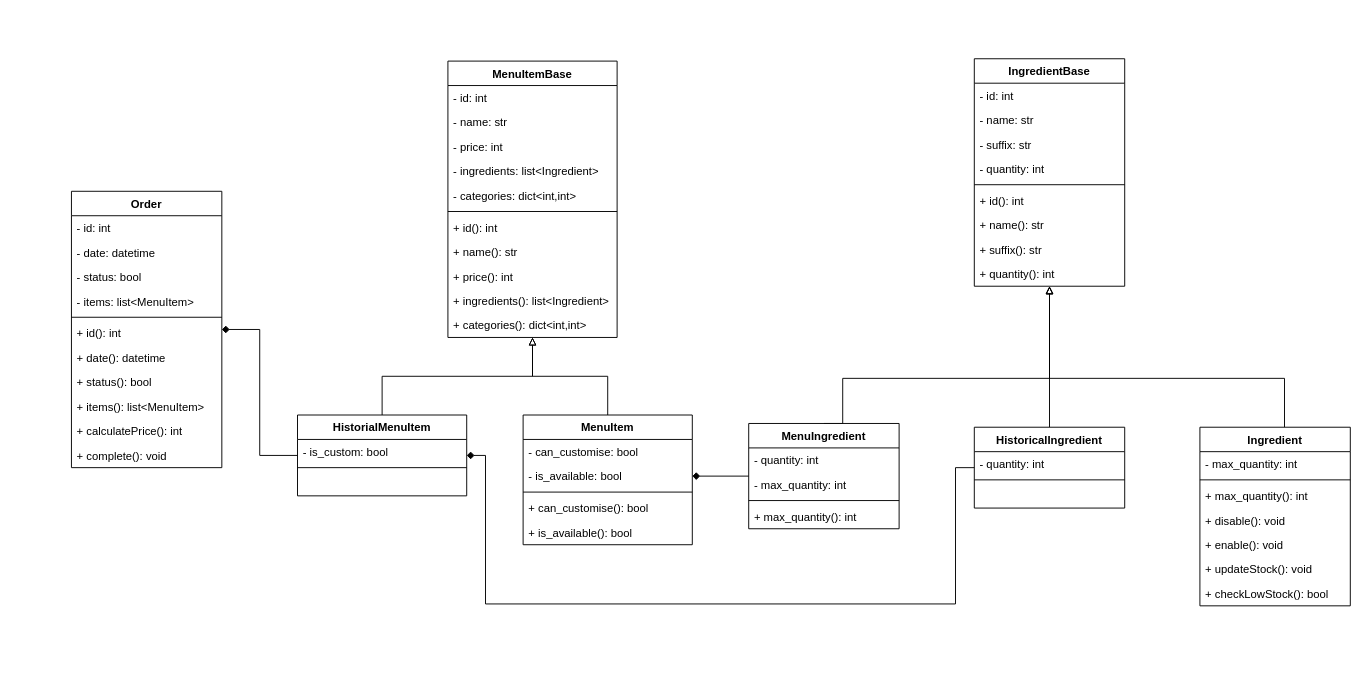
The draw.io diagram docs/class diagram.drawio in featherbear/UNSW-COMP1531-Assignment, before the edit. Source tidied: cells renumbered, new cells numbered last; positions are measured from the earlier drawing's top-left corner, leaving out a move shared by most shapes. Both pictures are drawn from the tidied source at 94%, with x=0, y=0 at pixel (71, 58).
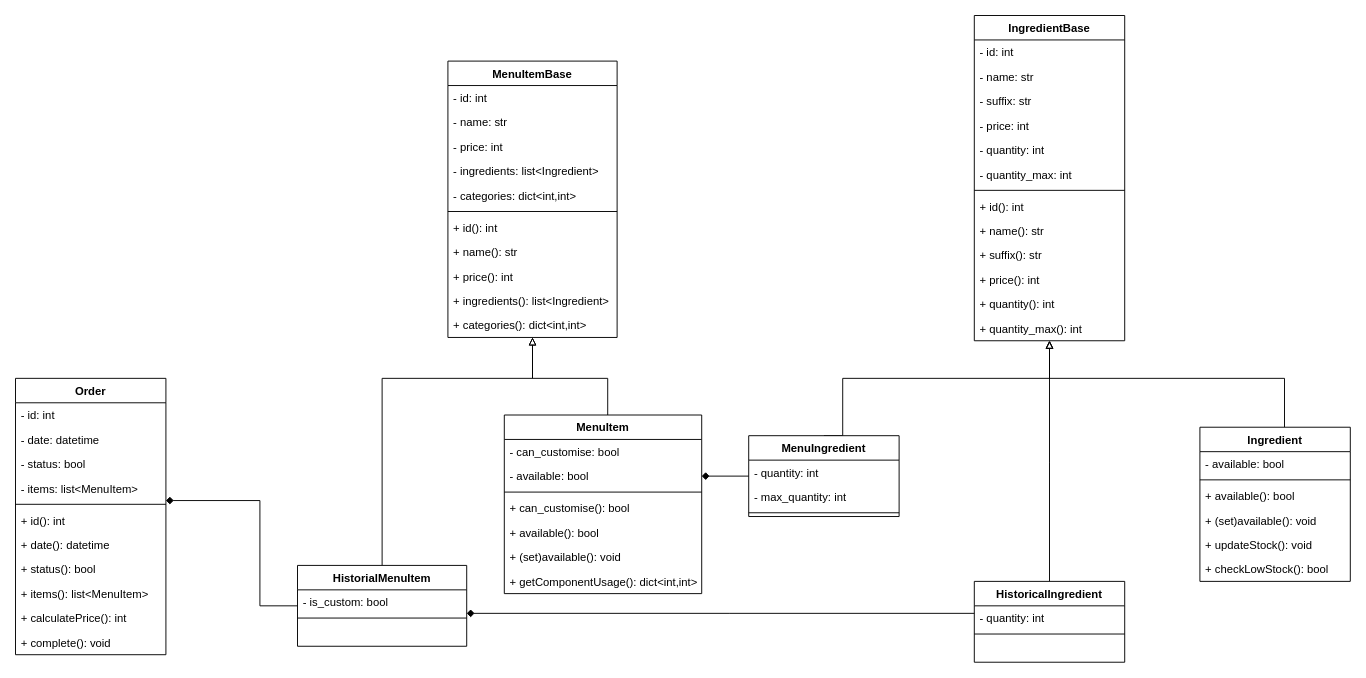
Above is the later version.

Commit message (it also covers changes not shown here):
Refactor class models UNTESTED

Unchanged cells that the change refers to:
```xml
<mxCell id="15" value="MenuItemBase" style="swimlane;fontStyle=1;align=center;verticalAlign=top;horizontal=1;startSize=26;" parent="1" vertex="1">
  <mxGeometry x="400" y="2.5" width="180" height="294" as="geometry" />
</mxCell>
<mxCell id="67" value="HistorialMenuItem" style="swimlane;fontStyle=1;align=center;verticalAlign=top;horizontal=1;startSize=26;" parent="66" vertex="1">
  <mxGeometry width="180" height="86" as="geometry" />
</mxCell>
```

Change to the diagram source:
```diff
@@
     <mxCell id="2" style="edgeStyle=orthogonalEdgeStyle;rounded=0;jettySize=auto;html=1;startArrow=diamond;startFill=1;endArrow=none;endFill=0;" parent="1" edge="1" source="3" target="67">
-      <mxGeometry relative="1" as="geometry" />
+      <mxGeometry relative="1" as="geometry">
+        <Array as="points">
+          <mxPoint x="200" y="470" />
+          <mxPoint x="200" y="582" />
+        </Array>
+      </mxGeometry>
     </mxCell>
     <mxCell id="3" value="Order" style="swimlane;fontStyle=1;align=center;verticalAlign=top;horizontal=1;startSize=26;" parent="1" vertex="1">
-      <mxGeometry x="-0.5" y="141" width="160" height="294" as="geometry" />
+      <mxGeometry x="-60" y="340" width="160" height="294" as="geometry" />
     </mxCell>
@@
     <mxCell id="27" style="edgeStyle=orthogonalEdgeStyle;rounded=0;jettySize=auto;html=1;startArrow=none;startFill=0;endArrow=block;endFill=0;" parent="1" edge="1" source="67" target="15">
-      <mxGeometry relative="1" as="geometry" />
+      <mxGeometry relative="1" as="geometry">
+        <Array as="points">
+          <mxPoint x="330" y="340" />
+          <mxPoint x="490" y="340" />
+        </Array>
+      </mxGeometry>
     </mxCell>
     <mxCell id="28" value="IngredientBase" style="swimlane;fontStyle=1;align=center;verticalAlign=top;horizontal=1;startSize=26;" parent="1" vertex="1">
-      <mxGeometry x="960" width="160" height="242" as="geometry" />
+      <mxGeometry x="960" y="-46" width="160" height="346" as="geometry" />
     </mxCell>
@@
+    <mxCell id="72" value="- price: int" style="text;strokeColor=none;fillColor=none;align=left;verticalAlign=top;spacingLeft=4;spacingRight=4;overflow=hidden;fontStyle=0;" parent="28" vertex="1">
+      <mxGeometry y="104" width="160" height="26" as="geometry" />
+    </mxCell>
     <mxCell id="32" value="- quantity: int" style="text;strokeColor=none;fillColor=none;align=left;verticalAlign=top;spacingLeft=4;spacingRight=4;overflow=hidden;fontStyle=0;" parent="28" vertex="1">
-      <mxGeometry y="104" width="160" height="26" as="geometry" />
+      <mxGeometry y="130" width="160" height="26" as="geometry" />
     </mxCell>
+    <mxCell id="45" value="- quantity_max: int" style="text;strokeColor=none;fillColor=none;align=left;verticalAlign=top;spacingLeft=4;spacingRight=4;overflow=hidden;fontStyle=0;" parent="28" vertex="1">
+      <mxGeometry y="156" width="160" height="26" as="geometry" />
+    </mxCell>
     <mxCell id="33" style="line;strokeWidth=1;fillColor=none;align=left;verticalAlign=middle;spacingTop=-1;spacingLeft=3;spacingRight=3;labelPosition=right;fontStyle=0;" parent="28" vertex="1">
-      <mxGeometry y="130" width="160" height="8" as="geometry" />
+      <mxGeometry y="182" width="160" height="8" as="geometry" />
     </mxCell>
     <mxCell id="34" value="+ id(): int&#10;" style="text;strokeColor=none;fillColor=none;align=left;verticalAlign=top;spacingLeft=4;spacingRight=4;overflow=hidden;fontStyle=0;" parent="28" vertex="1">
-      <mxGeometry y="138" width="160" height="26" as="geometry" />
+      <mxGeometry y="190" width="160" height="26" as="geometry" />
     </mxCell>
     <mxCell id="35" value="+ name(): str&#10;" style="text;strokeColor=none;fillColor=none;align=left;verticalAlign=top;spacingLeft=4;spacingRight=4;overflow=hidden;fontStyle=0;" parent="28" vertex="1">
-      <mxGeometry y="164" width="160" height="26" as="geometry" />
+      <mxGeometry y="216" width="160" height="26" as="geometry" />
     </mxCell>
     <mxCell id="36" value="+ suffix(): str&#10;" style="text;strokeColor=none;fillColor=none;align=left;verticalAlign=top;spacingLeft=4;spacingRight=4;overflow=hidden;fontStyle=0;" parent="28" vertex="1">
-      <mxGeometry y="190" width="160" height="26" as="geometry" />
+      <mxGeometry y="242" width="160" height="26" as="geometry" />
     </mxCell>
+    <mxCell id="73" value="+ price(): int&#10;" style="text;strokeColor=none;fillColor=none;align=left;verticalAlign=top;spacingLeft=4;spacingRight=4;overflow=hidden;fontStyle=0;" parent="28" vertex="1">
+      <mxGeometry y="268" width="160" height="26" as="geometry" />
+    </mxCell>
     <mxCell id="37" value="+ quantity(): int&#10;" style="text;strokeColor=none;fillColor=none;align=left;verticalAlign=top;spacingLeft=4;spacingRight=4;overflow=hidden;fontStyle=0;" parent="28" vertex="1">
-      <mxGeometry y="216" width="160" height="26" as="geometry" />
+      <mxGeometry y="294" width="160" height="26" as="geometry" />
     </mxCell>
+    <mxCell id="47" value="+ quantity_max(): int&#10;" style="text;strokeColor=none;fillColor=none;align=left;verticalAlign=top;spacingLeft=4;spacingRight=4;overflow=hidden;fontStyle=0;" parent="28" vertex="1">
+      <mxGeometry y="320" width="160" height="26" as="geometry" />
+    </mxCell>
@@
     <mxCell id="39" value="HistoricalIngredient" style="swimlane;fontStyle=1;align=center;verticalAlign=top;horizontal=1;startSize=26;" parent="1" vertex="1">
-      <mxGeometry x="960" y="392" width="160" height="86" as="geometry" />
+      <mxGeometry x="960" y="556" width="160" height="86" as="geometry" />
     </mxCell>
@@
     <mxCell id="44" value="Ingredient" style="swimlane;fontStyle=1;align=center;verticalAlign=top;horizontal=1;startSize=26;" parent="1" vertex="1">
-      <mxGeometry x="1200" y="392" width="160" height="190" as="geometry" />
+      <mxGeometry x="1200" y="392" width="160" height="164" as="geometry" />
     </mxCell>
-    <mxCell id="45" value="- max_quantity: int" style="text;strokeColor=none;fillColor=none;align=left;verticalAlign=top;spacingLeft=4;spacingRight=4;overflow=hidden;fontStyle=0;" parent="44" vertex="1">
-      <mxGeometry y="26" width="160" height="26" as="geometry" />
-    </mxCell>
+    <mxCell id="74" value="- available: bool" style="text;strokeColor=none;fillColor=none;align=left;verticalAlign=top;spacingLeft=4;spacingRight=4;overflow=hidden;fontStyle=0;" parent="44" vertex="1">
+      <mxGeometry y="26" width="160" height="26" as="geometry" />
+    </mxCell>
@@
-    <mxCell id="47" value="+ max_quantity(): int&#10;" style="text;strokeColor=none;fillColor=none;align=left;verticalAlign=top;spacingLeft=4;spacingRight=4;overflow=hidden;fontStyle=0;" parent="44" vertex="1">
-      <mxGeometry y="60" width="160" height="26" as="geometry" />
-    </mxCell>
-    <mxCell id="48" value="+ disable(): void&#10;" style="text;strokeColor=none;fillColor=none;align=left;verticalAlign=top;spacingLeft=4;spacingRight=4;overflow=hidden;fontStyle=0;" parent="44" vertex="1">
-      <mxGeometry y="86" width="160" height="26" as="geometry" />
+    <mxCell id="48" value="+ available(): bool&#10;" style="text;strokeColor=none;fillColor=none;align=left;verticalAlign=top;spacingLeft=4;spacingRight=4;overflow=hidden;fontStyle=0;" parent="44" vertex="1">
+      <mxGeometry y="60" width="160" height="26" as="geometry" />
     </mxCell>
-    <mxCell id="49" value="+ enable(): void&#10;" style="text;strokeColor=none;fillColor=none;align=left;verticalAlign=top;spacingLeft=4;spacingRight=4;overflow=hidden;fontStyle=0;" parent="44" vertex="1">
-      <mxGeometry y="112" width="160" height="26" as="geometry" />
-    </mxCell>
+    <mxCell id="75" value="+ (set)available(): void&#10;" style="text;strokeColor=none;fillColor=none;align=left;verticalAlign=top;spacingLeft=4;spacingRight=4;overflow=hidden;fontStyle=0;" parent="44" vertex="1">
+      <mxGeometry y="86" width="160" height="26" as="geometry" />
+    </mxCell>
     <mxCell id="50" value="+ updateStock(): void&#10;" style="text;strokeColor=none;fillColor=none;align=left;verticalAlign=top;spacingLeft=4;spacingRight=4;overflow=hidden;fontStyle=0;" parent="44" vertex="1">
-      <mxGeometry y="138" width="160" height="26" as="geometry" />
+      <mxGeometry y="112" width="160" height="26" as="geometry" />
     </mxCell>
     <mxCell id="51" value="+ checkLowStock(): bool&#10;" style="text;strokeColor=none;fillColor=none;align=left;verticalAlign=top;spacingLeft=4;spacingRight=4;overflow=hidden;fontStyle=0;" parent="44" vertex="1">
-      <mxGeometry y="164" width="160" height="26" as="geometry" />
+      <mxGeometry y="138" width="160" height="26" as="geometry" />
     </mxCell>
     <mxCell id="52" style="edgeStyle=orthogonalEdgeStyle;rounded=0;jettySize=auto;html=1;startArrow=none;startFill=0;endArrow=block;endFill=0;" parent="1" edge="1" source="53" target="15">
-      <mxGeometry relative="1" as="geometry" />
+      <mxGeometry relative="1" as="geometry">
+        <Array as="points">
+          <mxPoint x="570" y="340" />
+          <mxPoint x="490" y="340" />
+        </Array>
+      </mxGeometry>
     </mxCell>
     <mxCell id="53" value="MenuItem" style="swimlane;fontStyle=1;align=center;verticalAlign=top;horizontal=1;startSize=26;" parent="1" vertex="1">
-      <mxGeometry x="480" y="379" width="180" height="138" as="geometry" />
+      <mxGeometry x="460" y="379" width="210" height="190" as="geometry" />
     </mxCell>
     <mxCell id="54" value="- can_customise: bool" style="text;strokeColor=none;fillColor=none;align=left;verticalAlign=top;spacingLeft=4;spacingRight=4;overflow=hidden;fontStyle=0;" parent="53" vertex="1">
-      <mxGeometry y="26" width="180" height="26" as="geometry" />
+      <mxGeometry y="26" width="210" height="26" as="geometry" />
     </mxCell>
-    <mxCell id="55" value="- is_available: bool" style="text;strokeColor=none;fillColor=none;align=left;verticalAlign=top;spacingLeft=4;spacingRight=4;overflow=hidden;points=[[0,0.5],[1,0.5]];portConstraint=eastwest;fontStyle=0;" parent="53" vertex="1">
-      <mxGeometry y="52" width="180" height="26" as="geometry" />
+    <mxCell id="55" value="- available: bool" style="text;strokeColor=none;fillColor=none;align=left;verticalAlign=top;spacingLeft=4;spacingRight=4;overflow=hidden;points=[[0,0.5],[1,0.5]];portConstraint=eastwest;fontStyle=0;" parent="53" vertex="1">
+      <mxGeometry y="52" width="210" height="26" as="geometry" />
     </mxCell>
     <mxCell id="56" style="line;strokeWidth=1;fillColor=none;align=left;verticalAlign=middle;spacingTop=-1;spacingLeft=3;spacingRight=3;labelPosition=right;fontStyle=0;" parent="53" vertex="1">
-      <mxGeometry y="78" width="180" height="8" as="geometry" />
+      <mxGeometry y="78" width="210" height="8" as="geometry" />
     </mxCell>
     <mxCell id="57" value="+ can_customise(): bool&#10;" style="text;strokeColor=none;fillColor=none;align=left;verticalAlign=top;spacingLeft=4;spacingRight=4;overflow=hidden;fontStyle=0;" parent="53" vertex="1">
-      <mxGeometry y="86" width="180" height="26" as="geometry" />
+      <mxGeometry y="86" width="210" height="26" as="geometry" />
     </mxCell>
-    <mxCell id="58" value="+ is_available(): bool&#10;" style="text;strokeColor=none;fillColor=none;align=left;verticalAlign=top;spacingLeft=4;spacingRight=4;overflow=hidden;fontStyle=0;" parent="53" vertex="1">
-      <mxGeometry y="112" width="180" height="26" as="geometry" />
+    <mxCell id="58" value="+ available(): bool&#10;" style="text;strokeColor=none;fillColor=none;align=left;verticalAlign=top;spacingLeft=4;spacingRight=4;overflow=hidden;fontStyle=0;" parent="53" vertex="1">
+      <mxGeometry y="112" width="210" height="26" as="geometry" />
     </mxCell>
+    <mxCell id="76" value="+ (set)available(): void&#10;" style="text;strokeColor=none;fillColor=none;align=left;verticalAlign=top;spacingLeft=4;spacingRight=4;overflow=hidden;fontStyle=0;" parent="53" vertex="1">
+      <mxGeometry y="138" width="210" height="26" as="geometry" />
+    </mxCell>
+    <mxCell id="77" value="+ getComponentUsage(): dict&lt;int,int&gt;&#10;" style="text;strokeColor=none;fillColor=none;align=left;verticalAlign=top;spacingLeft=4;spacingRight=4;overflow=hidden;fontStyle=0;" parent="53" vertex="1">
+      <mxGeometry y="164" width="210" height="26" as="geometry" />
+    </mxCell>
@@
     <mxCell id="60" value="MenuIngredient" style="swimlane;fontStyle=1;align=center;verticalAlign=top;horizontal=1;startSize=26;" parent="1" vertex="1">
-      <mxGeometry x="720" y="388" width="160" height="112" as="geometry" />
+      <mxGeometry x="720" y="401" width="160" height="86" as="geometry" />
     </mxCell>
@@
-    <mxCell id="64" value="+ max_quantity(): int&#10;" style="text;strokeColor=none;fillColor=none;align=left;verticalAlign=top;spacingLeft=4;spacingRight=4;overflow=hidden;fontStyle=0;" parent="60" vertex="1">
-      <mxGeometry y="86" width="160" height="26" as="geometry" />
-    </mxCell>
@@
     <mxCell id="66" style="group;" parent="1" vertex="1">
-      <mxGeometry x="240" y="379" width="180" height="86" as="geometry" />
+      <mxGeometry x="240" y="539" width="180" height="86" as="geometry" />
     </mxCell>
@@
     <mxCell id="71" style="edgeStyle=orthogonalEdgeStyle;rounded=0;jettySize=auto;html=1;startArrow=diamond;startFill=1;endArrow=none;endFill=0;" parent="1" edge="1" source="67" target="39">
       <mxGeometry relative="1" as="geometry">
         <Array as="points">
-          <mxPoint x="440" y="422" />
-          <mxPoint x="440" y="580" />
-          <mxPoint x="940" y="580" />
-          <mxPoint x="940" y="435" />
+          <mxPoint x="700" y="590" />
+          <mxPoint x="700" y="590" />
         </Array>
       </mxGeometry>
     </mxCell>
```
